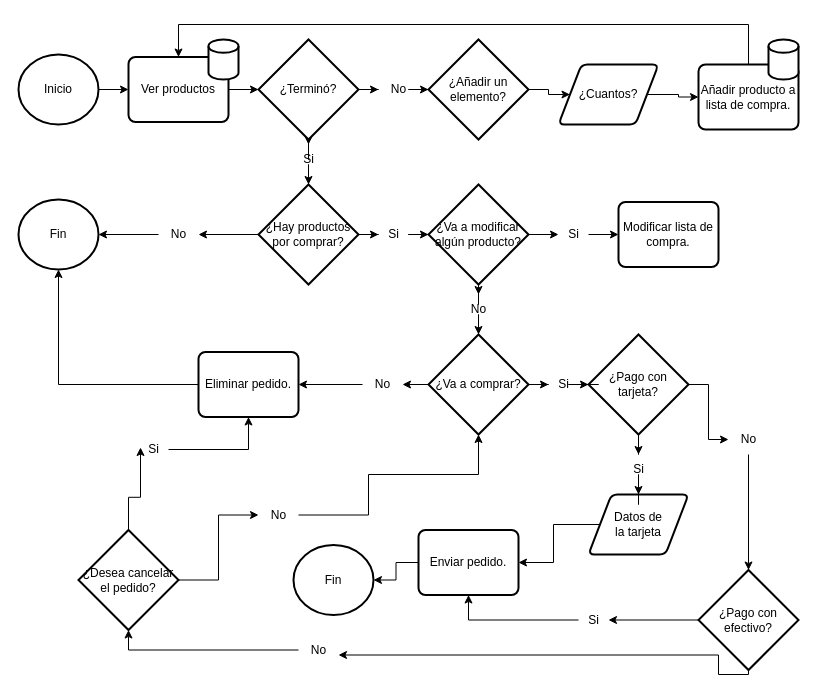
Above: Diagramas de flujo/Flujograma_Clientes.drawio in holaMundo2022-0/Tienda-online-estandar (draw.io), before the change. Source tidied: cells renumbered, new cells numbered last; positions are measured from the earlier drawing's top-left corner, leaving out a move shared by most shapes. Both pictures are drawn from the tidied source at 100%, with x=0, y=0 at pixel (18, 24).
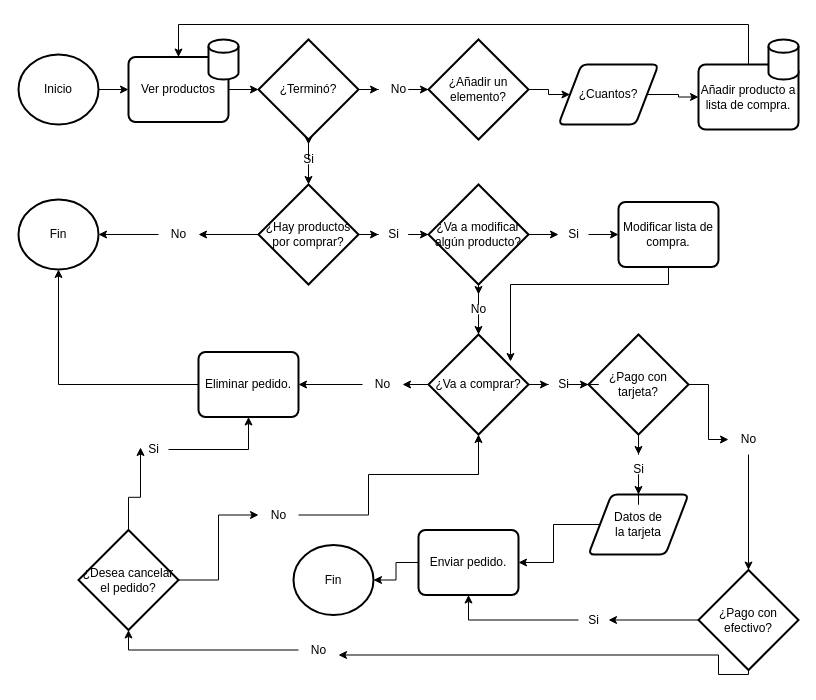
The same diagram, later.

The change refers to these unchanged cells:
```xml
<mxCell id="28" value="Modificar lista de compra." style="rounded=1;whiteSpace=wrap;html=1;absoluteArcSize=1;arcSize=14;strokeWidth=2;" parent="1" vertex="1">
  <mxGeometry x="600" y="177.5" width="100" height="65" as="geometry" />
</mxCell>
<mxCell id="35" value="¿Va a comprar?" style="strokeWidth=2;html=1;shape=mxgraph.flowchart.decision;whiteSpace=wrap;" parent="1" vertex="1">
  <mxGeometry x="410" y="310" width="100" height="100" as="geometry" />
</mxCell>
```

What changed in the source:
```diff
@@
+    <mxCell id="74" style="edgeStyle=orthogonalEdgeStyle;rounded=0;jettySize=auto;html=1;entryX=0.82;entryY=0.27;entryDx=0;entryDy=0;entryPerimeter=0;" parent="1" edge="1" source="28" target="35">
+      <mxGeometry relative="1" as="geometry">
+        <Array as="points">
+          <mxPoint x="650" y="260" />
+          <mxPoint x="492" y="260" />
+        </Array>
+      </mxGeometry>
+    </mxCell>
```
